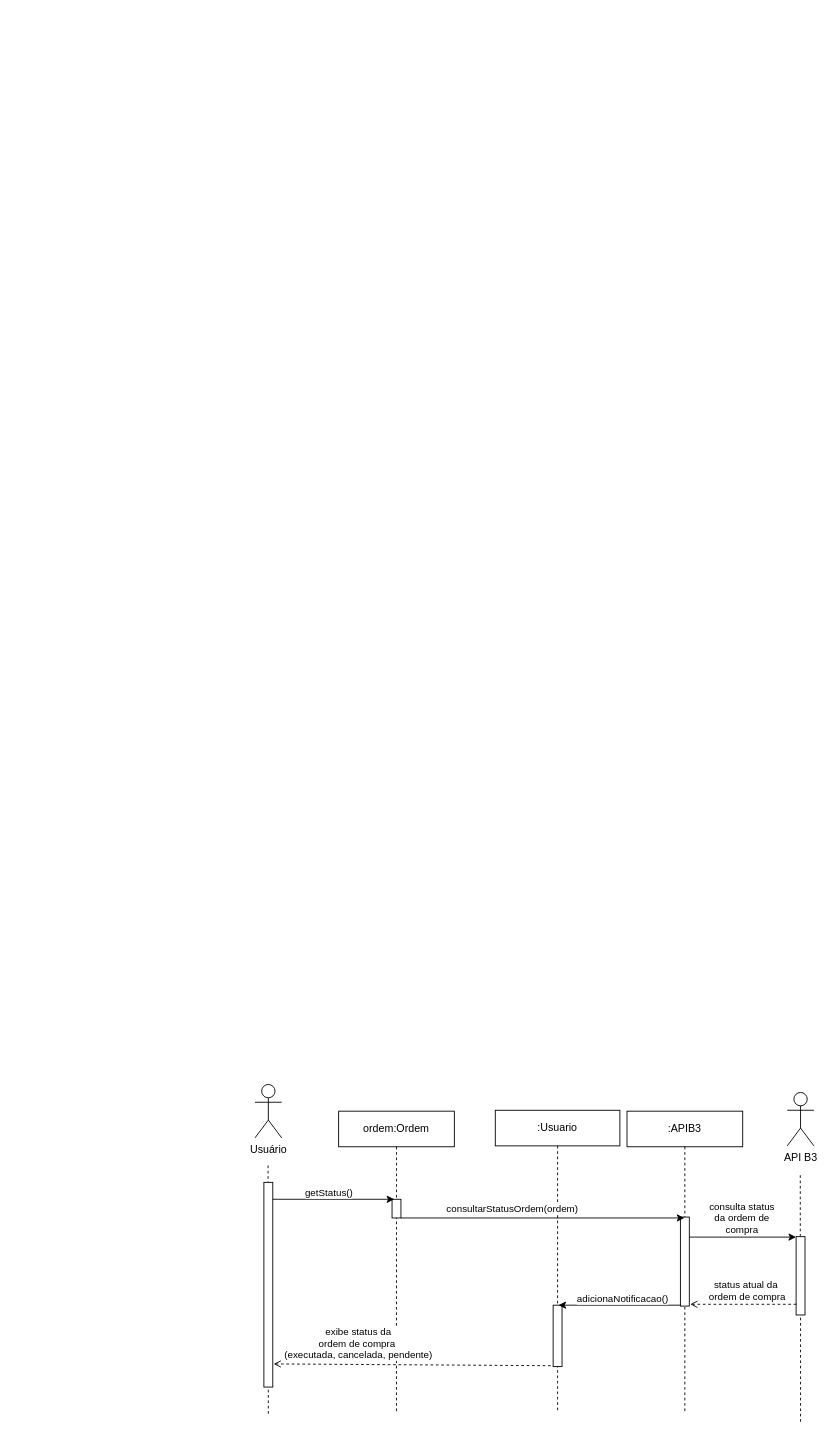
Before: diagrama_sequencia/Diagrama_Sequencia_UC11.drawio in gb-cs-rt/home_broker, a draw.io diagram. Source tidied: cells renumbered, new cells numbered last; positions are measured from the earlier drawing's top-left corner, leaving out a move shared by most shapes. Both pictures are drawn from the tidied source at 89%, with x=0, y=0 at pixel (255, 1084).
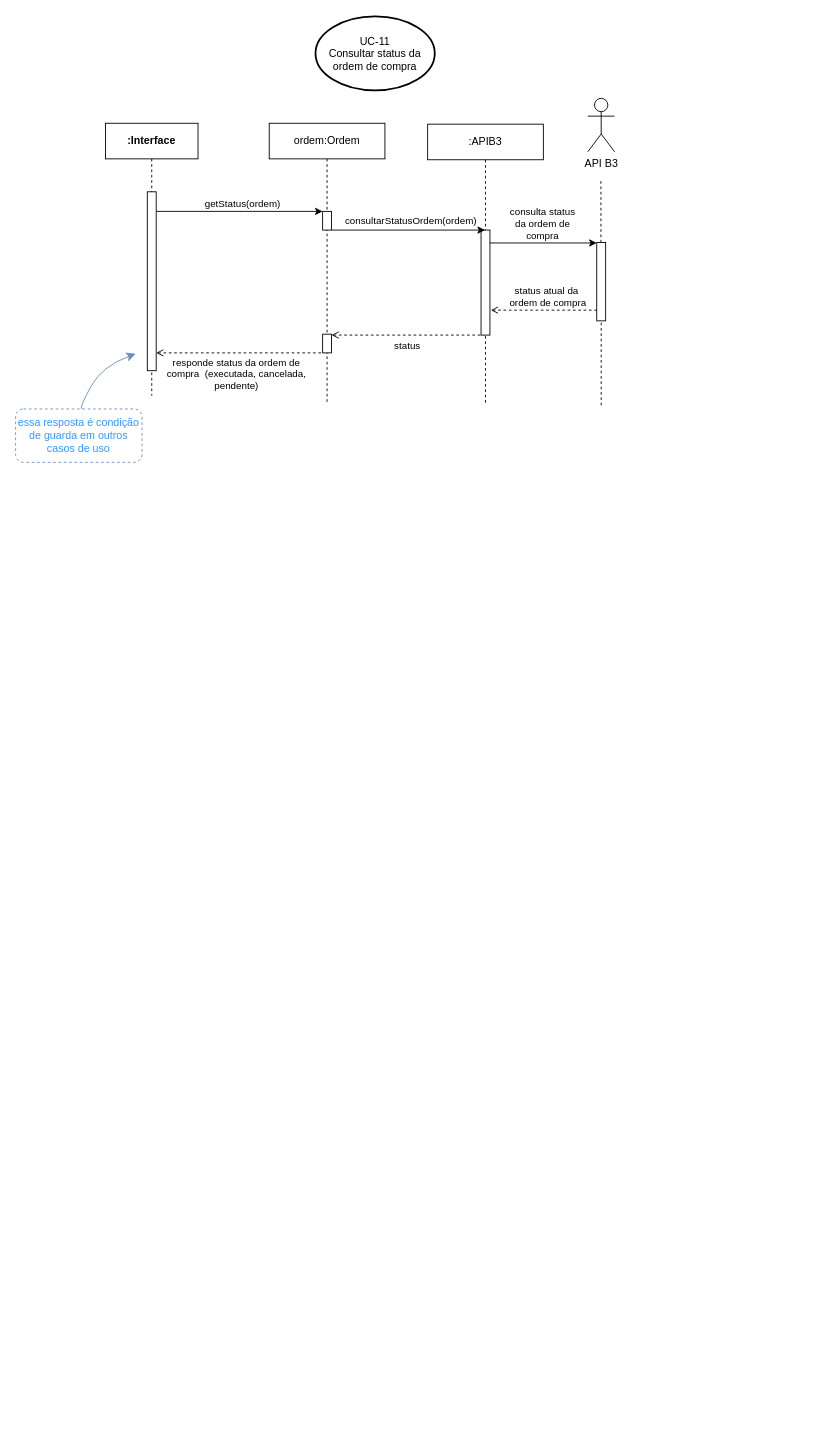
After the change.

Unchanged cells that the change refers to:
```xml
<mxCell id="10" style="html=1;points=[[0,0,0,0,5],[0,1,0,0,-5],[1,0,0,0,5],[1,1,0,0,-5]];perimeter=orthogonalPerimeter;outlineConnect=0;targetShapes=umlLifeline;portConstraint=eastwest;newEdgeStyle={&quot;curved&quot;:0,&quot;rounded&quot;:0};" parent="9" vertex="1">
  <mxGeometry x="60" y="99" width="10" height="21" as="geometry" />
</mxCell>
```

Diff of the diagram source:
```diff
@@
-    <mxCell id="2" value="Usuário" style="shape=umlActor;verticalLabelPosition=bottom;verticalAlign=top;html=1;" parent="1" vertex="1">
-      <mxGeometry width="30" height="60" as="geometry" />
-    </mxCell>
-    <mxCell id="3" style="endArrow=none;dashed=1;html=1;rounded=0;" parent="1" edge="1">
-      <mxGeometry relative="1" as="geometry">
-        <mxPoint x="15" y="370" as="sourcePoint" />
-        <mxPoint x="14.7" y="90" as="targetPoint" />
-      </mxGeometry>
-    </mxCell>
-    <mxCell id="4" style="html=1;perimeter=orthogonalPerimeter;targetShapes=umlLifeline;newEdgeStyle={&quot;curved&quot;:0,&quot;rounded&quot;:0};" parent="1" vertex="1">
-      <mxGeometry x="10" y="110" width="10" height="230" as="geometry" />
-    </mxCell>
-    <mxCell id="5" value=":Usuario" style="shape=umlLifeline;perimeter=lifelinePerimeter;whiteSpace=wrap;html=1;newEdgeStyle={&quot;curved&quot;:0,&quot;rounded&quot;:0};" parent="1" vertex="1">
-      <mxGeometry x="270" y="29" width="140" height="340" as="geometry" />
-    </mxCell>
-    <mxCell id="6" style="html=1;perimeter=orthogonalPerimeter;targetShapes=umlLifeline;newEdgeStyle={&quot;curved&quot;:0,&quot;rounded&quot;:0};" parent="5" vertex="1">
-      <mxGeometry x="65" y="219" width="10" height="69" as="geometry" />
-    </mxCell>
     <mxCell id="7" value=":APIB3" style="shape=umlLifeline;perimeter=lifelinePerimeter;whiteSpace=wrap;html=1;outlineConnect=0;portConstraint=eastwest;newEdgeStyle={&quot;curved&quot;:0,&quot;rounded&quot;:0};" parent="1" vertex="1">
-      <mxGeometry x="418" y="30" width="130" height="339" as="geometry" />
+      <mxGeometry x="194" y="-1079" width="130" height="314" as="geometry" />
     </mxCell>
     <mxCell id="8" style="html=1;perimeter=orthogonalPerimeter;targetShapes=umlLifeline;newEdgeStyle={&quot;curved&quot;:0,&quot;rounded&quot;:0};" parent="7" vertex="1">
-      <mxGeometry x="60" y="119" width="10" height="100" as="geometry" />
+      <mxGeometry x="60" y="119" width="10" height="118" as="geometry" />
     </mxCell>
     <mxCell id="9" value="ordem:Ordem" style="shape=umlLifeline;perimeter=lifelinePerimeter;whiteSpace=wrap;html=1;newEdgeStyle={&quot;curved&quot;:0,&quot;rounded&quot;:0};" parent="1" vertex="1">
-      <mxGeometry x="94" y="30" width="130" height="340" as="geometry" />
+      <mxGeometry x="16" y="-1080" width="130" height="314" as="geometry" />
     </mxCell>
@@
+    <mxCell id="27" style="html=1;points=[[0,0,0,0,5],[0,1,0,0,-5],[1,0,0,0,5],[1,1,0,0,-5]];perimeter=orthogonalPerimeter;outlineConnect=0;targetShapes=umlLifeline;portConstraint=eastwest;newEdgeStyle={&quot;curved&quot;:0,&quot;rounded&quot;:0};" parent="9" vertex="1">
+      <mxGeometry x="60" y="237" width="10" height="21" as="geometry" />
+    </mxCell>
     <mxCell id="11" value="API B3" style="shape=umlActor;verticalLabelPosition=bottom;verticalAlign=top;html=1;" parent="1" vertex="1">
-      <mxGeometry x="598" y="9" width="30" height="60" as="geometry" />
+      <mxGeometry x="374" y="-1108" width="30" height="60" as="geometry" />
     </mxCell>
     <mxCell id="12" style="endArrow=none;dashed=1;html=1;rounded=0;" parent="1" edge="1" source="14">
       <mxGeometry relative="1" as="geometry">
-        <mxPoint x="612.7" y="99" as="targetPoint" />
+        <mxPoint x="388.7" y="-1018" as="targetPoint" />
       </mxGeometry>
     </mxCell>
     <mxCell id="13" style="endArrow=none;dashed=1;html=1;rounded=0;" parent="1" edge="1" target="14">
       <mxGeometry relative="1" as="geometry">
-        <mxPoint x="613" y="379" as="sourcePoint" />
+        <mxPoint x="389" y="-763" as="sourcePoint" />
       </mxGeometry>
     </mxCell>
     <mxCell id="14" style="html=1;points=[[0,0,0,0,5],[0,1,0,0,-5],[1,0,0,0,5],[1,1,0,0,-5]];perimeter=orthogonalPerimeter;outlineConnect=0;targetShapes=umlLifeline;portConstraint=eastwest;newEdgeStyle={&quot;curved&quot;:0,&quot;rounded&quot;:0};" parent="1" vertex="1">
-      <mxGeometry x="608" y="171" width="10" height="88" as="geometry" />
+      <mxGeometry x="384" y="-946" width="10" height="88" as="geometry" />
     </mxCell>
-    <mxCell id="15" style="endArrow=classic;html=1;rounded=0;" parent="1" edge="1">
+    <mxCell id="15" style="endArrow=classic;html=1;rounded=0;" parent="1" edge="1" target="10">
       <mxGeometry relative="1" as="geometry">
-        <mxPoint x="20" y="129" as="sourcePoint" />
-        <mxPoint x="156.5" y="129" as="targetPoint" />
+        <mxPoint x="-111" y="-981" as="sourcePoint" />
       </mxGeometry>
     </mxCell>
-    <mxCell id="16" value="getStatus()" style="edgeLabel;html=1;align=center;verticalAlign=middle;" parent="15" vertex="1">
+    <mxCell id="16" value="getStatus(ordem)" style="edgeLabel;html=1;align=center;verticalAlign=middle;" parent="15" vertex="1">
       <mxGeometry x="0.15" relative="1" as="geometry">
-        <mxPoint x="-16" y="-8" as="offset" />
+        <mxPoint x="-12" y="-9" as="offset" />
       </mxGeometry>
     </mxCell>
     <mxCell id="17" style="endArrow=classic;html=1;rounded=0;" parent="1" edge="1" target="7">
       <mxGeometry relative="1" as="geometry">
-        <mxPoint x="164" y="150" as="sourcePoint" />
+        <mxPoint x="86" y="-960" as="sourcePoint" />
       </mxGeometry>
     </mxCell>
@@
     <mxCell id="19" style="endArrow=classic;html=1;rounded=0;" parent="1" edge="1">
       <mxGeometry relative="1" as="geometry">
-        <mxPoint x="488" y="171.5" as="sourcePoint" />
-        <mxPoint x="608" y="171.5" as="targetPoint" />
+        <mxPoint x="264" y="-945.5" as="sourcePoint" />
+        <mxPoint x="384" y="-945.5" as="targetPoint" />
       </mxGeometry>
     </mxCell>
@@
     <mxCell id="21" style="endArrow=none;html=1;rounded=0;startArrow=open;startFill=0;endFill=0;dashed=1;" parent="1" edge="1">
       <mxGeometry relative="1" as="geometry">
-        <mxPoint x="489" y="247" as="sourcePoint" />
-        <mxPoint x="609" y="247" as="targetPoint" />
+        <mxPoint x="265" y="-870" as="sourcePoint" />
+        <mxPoint x="385" y="-870" as="targetPoint" />
       </mxGeometry>
     </mxCell>
@@
-    <mxCell id="23" style="endArrow=none;html=1;rounded=0;startArrow=classic;startFill=1;endFill=0;" parent="1" edge="1">
-      <mxGeometry relative="1" as="geometry">
-        <mxPoint x="341" y="248" as="sourcePoint" />
-        <mxPoint x="478.5" y="248" as="targetPoint" />
-      </mxGeometry>
-    </mxCell>
-    <mxCell id="24" value="adicionaNotificacao()" style="edgeLabel;html=1;align=center;verticalAlign=middle;" parent="23" vertex="1">
-      <mxGeometry x="-0.13" y="-2" relative="1" as="geometry">
-        <mxPoint x="11" y="-10" as="offset" />
-      </mxGeometry>
-    </mxCell>
-    <mxCell id="25" style="endArrow=none;html=1;rounded=0;startArrow=open;startFill=0;endFill=0;dashed=1;" parent="1" edge="1">
+    <mxCell id="25" style="endArrow=none;html=1;rounded=0;startArrow=open;startFill=0;endFill=0;dashed=1;" parent="1" edge="1" source="27">
       <mxGeometry relative="1" as="geometry">
-        <mxPoint x="21" y="314" as="sourcePoint" />
-        <mxPoint x="332.5" y="316" as="targetPoint" />
+        <mxPoint x="256.5" y="-842" as="targetPoint" />
       </mxGeometry>
     </mxCell>
-    <mxCell id="26" value="exibe status da&lt;div&gt;ordem de compra&amp;nbsp;&lt;/div&gt;&lt;div&gt;(executada, cancelada, pendente)&lt;/div&gt;" style="edgeLabel;html=1;align=center;verticalAlign=middle;" parent="25" vertex="1">
+    <mxCell id="26" value="status" style="edgeLabel;html=1;align=center;verticalAlign=middle;" parent="25" vertex="1">
       <mxGeometry x="-0.36" y="2" relative="1" as="geometry">
-        <mxPoint x="-6" y="-22" as="offset" />
+        <mxPoint x="29" y="13" as="offset" />
       </mxGeometry>
     </mxCell>
+    <mxCell id="28" value="&lt;b&gt;:Interface&lt;/b&gt;" style="shape=umlLifeline;perimeter=lifelinePerimeter;whiteSpace=wrap;html=1;newEdgeStyle={&quot;edgeStyle&quot;:&quot;elbowEdgeStyle&quot;,&quot;elbow&quot;:&quot;vertical&quot;,&quot;curved&quot;:0,&quot;rounded&quot;:0};" parent="1" vertex="1">
+      <mxGeometry x="-168" y="-1080" width="104" height="306" as="geometry" />
+    </mxCell>
+    <mxCell id="29" style="html=1;points=[];perimeter=orthogonalPerimeter;outlineConnect=0;targetShapes=umlLifeline;portConstraint=eastwest;newEdgeStyle={&quot;edgeStyle&quot;:&quot;elbowEdgeStyle&quot;,&quot;elbow&quot;:&quot;vertical&quot;,&quot;curved&quot;:0,&quot;rounded&quot;:0};" parent="28" vertex="1">
+      <mxGeometry x="47" y="77" width="10" height="201" as="geometry" />
+    </mxCell>
+    <mxCell id="30" style="endArrow=none;html=1;rounded=0;startArrow=open;startFill=0;endFill=0;dashed=1;" parent="1" edge="1" source="29">
+      <mxGeometry relative="1" as="geometry">
+        <mxPoint x="77.5" y="-822" as="targetPoint" />
+      </mxGeometry>
+    </mxCell>
+    <mxCell id="31" value="responde status da ordem de&lt;div&gt;compra&amp;nbsp; (executada, cancelada,&lt;/div&gt;&lt;div&gt;pendente)&lt;/div&gt;" style="edgeLabel;html=1;align=center;verticalAlign=middle;" parent="30" vertex="1">
+      <mxGeometry x="-0.36" y="2" relative="1" as="geometry">
+        <mxPoint x="29" y="25" as="offset" />
+      </mxGeometry>
+    </mxCell>
+    <mxCell id="32" value="UC-11&lt;div&gt;Consultar status da ordem de compra&lt;/div&gt;" style="strokeWidth=2;html=1;shape=mxgraph.flowchart.start_1;whiteSpace=wrap;" parent="1" vertex="1">
+      <mxGeometry x="68" y="-1200" width="134" height="83" as="geometry" />
+    </mxCell>
+    <mxCell id="33" value="&lt;font color=&quot;#3399ff&quot;&gt;essa resposta é condição de guarda em outros casos&amp;nbsp;&lt;/font&gt;&lt;span style=&quot;color: rgb(51, 153, 255); background-color: initial;&quot;&gt;de uso&lt;/span&gt;" style="rounded=1;whiteSpace=wrap;html=1;dashed=1;fillColor=none;strokeColor=#6c8ebf;" parent="1" vertex="1">
+      <mxGeometry x="-269" y="-759" width="142" height="60" as="geometry" />
+    </mxCell>
+    <mxCell id="34" style="endArrow=classic;html=1;rounded=0;fontSize=12;startSize=8;endSize=8;curved=1;endFill=1;fillColor=#dae8fc;strokeColor=#6c8ebf;" parent="1" edge="1">
+      <mxGeometry relative="1" as="geometry">
+        <mxPoint x="-195" y="-759" as="sourcePoint" />
+        <mxPoint x="-134" y="-821" as="targetPoint" />
+        <Array as="points">
+          <mxPoint x="-197" y="-761" />
+          <mxPoint x="-172" y="-807" />
+        </Array>
+      </mxGeometry>
+    </mxCell>
```
